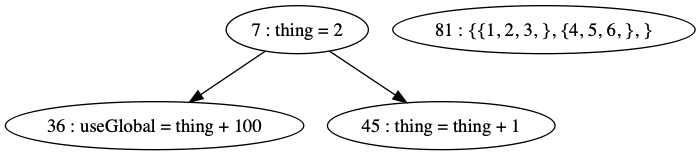
Earlier version of the Graphviz export target/classes/target/classes/pdg/images/testFile-getArray.png (thomassimko/thesis-code-duplication). Its source is kept beside it as pdg/source/testFile-getArray.gv. The source it was exported from:
```dot
digraph G {
"7 : thing = 2"
"81 : {{1, 2, 3, }, {4, 5, 6, }, }"
}
```
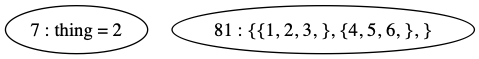
After the commit.

What changed in the source:
```diff
@@ -1,4 +1,4 @@
 digraph G {
-"7 : thing = 2"
+"7 : this.thing = 2"
 "81 : {{1, 2, 3, }, {4, 5, 6, }, }"
 }
```
